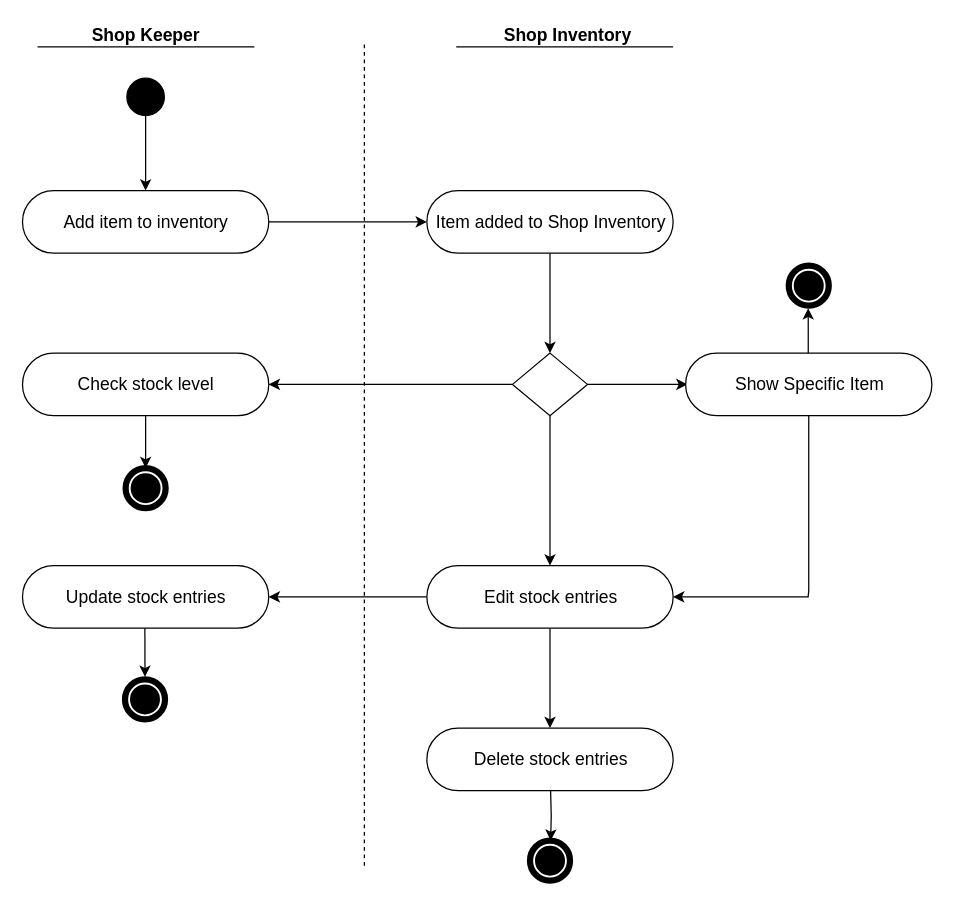
Before: activity_diagram_record_shop.drawio in cjmcauley/record_shop_inventory_project, a draw.io diagram. Source tidied: cells renumbered, new cells numbered last; positions are measured from the earlier drawing's top-left corner, leaving out a move shared by most shapes. Both pictures are drawn from the tidied source at 125%, with x=0, y=0 at pixel (21, 21).
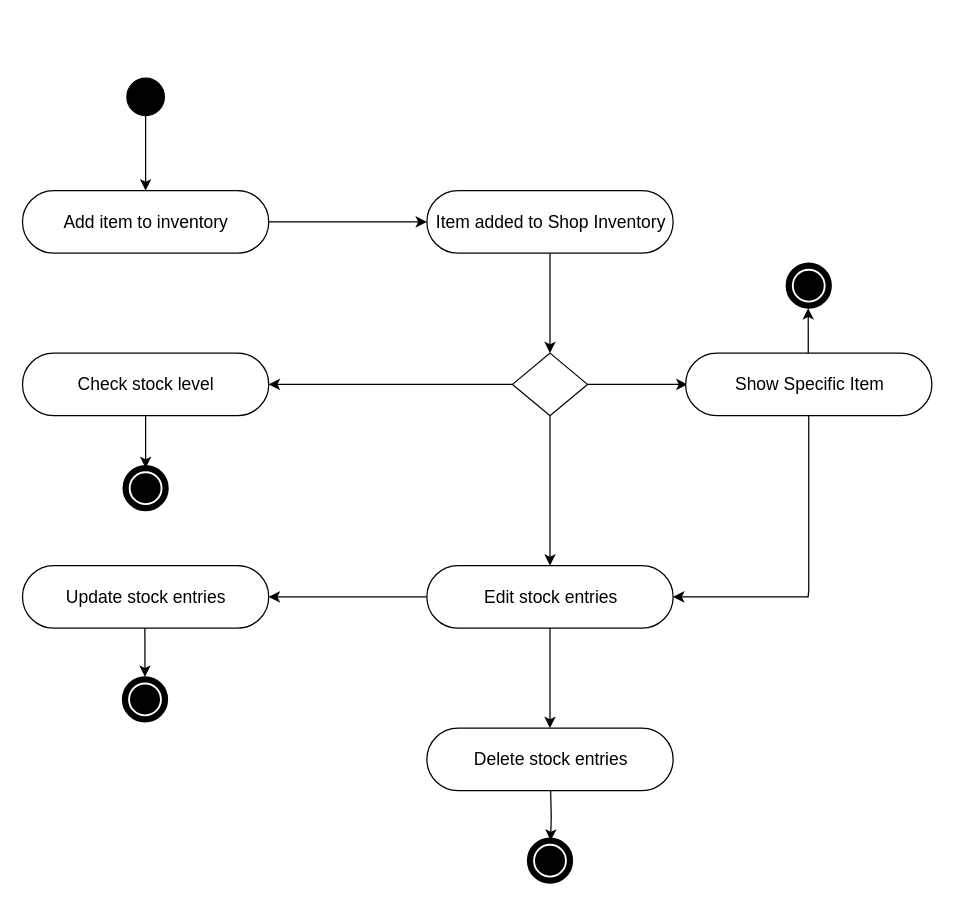
The same diagram, later.

What changed in the source:
```diff
@@
-    <mxCell id="2" value="Shop Keeper" style="text;html=1;align=center;verticalAlign=top;spacingTop=-4;fontSize=14;fontStyle=1;" parent="1" vertex="1">
-      <mxGeometry x="54" width="90" height="20" as="geometry" />
-    </mxCell>
-    <mxCell id="3" value="Shop Inventory" style="text;html=1;align=left;verticalAlign=top;spacingTop=-4;fontSize=14;fontStyle=1;" parent="1" vertex="1">
-      <mxGeometry x="384" width="100" height="20" as="geometry" />
-    </mxCell>
@@
-    <mxCell id="32" style="endArrow=none;dashed=1;html=1;fontSize=14;" parent="1" edge="1">
-      <mxGeometry relative="1" as="geometry">
-        <mxPoint x="274" y="675" as="sourcePoint" />
-        <mxPoint x="274" y="15" as="targetPoint" />
-      </mxGeometry>
-    </mxCell>
@@
-    <mxCell id="35" style="endArrow=none;html=1;fontSize=14;" parent="1" edge="1">
-      <mxGeometry relative="1" as="geometry">
-        <mxPoint x="12.5" y="20" as="sourcePoint" />
-        <mxPoint x="186" y="20" as="targetPoint" />
-      </mxGeometry>
-    </mxCell>
-    <mxCell id="36" style="endArrow=none;html=1;fontSize=14;" parent="1" edge="1">
-      <mxGeometry relative="1" as="geometry">
-        <mxPoint x="347.5" y="20" as="sourcePoint" />
-        <mxPoint x="521" y="20" as="targetPoint" />
-      </mxGeometry>
-    </mxCell>
```
